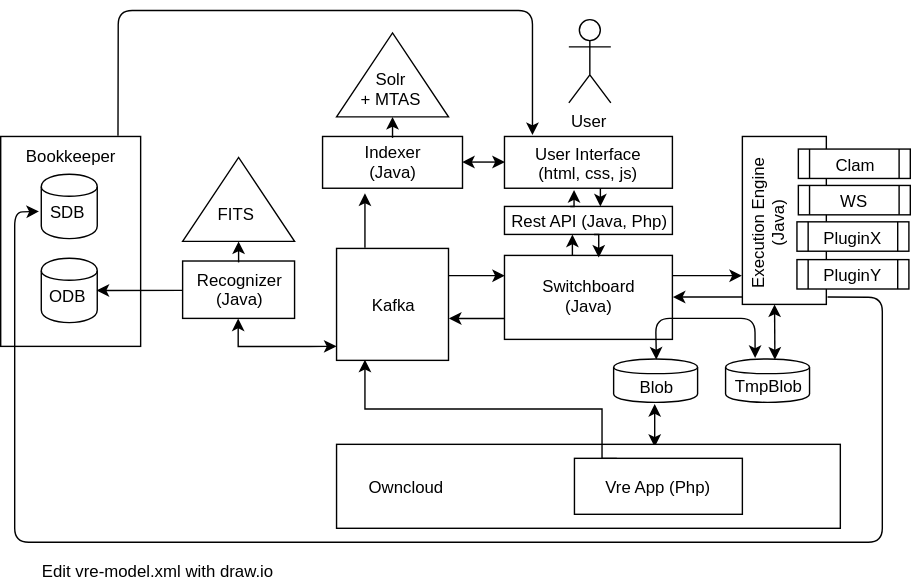
Before: vre-model.svg, a diagram exported from draw.io (meertensinstituut/clariah-wp3-vre). Source tidied: cells renumbered, new cells last; positions are measured from the earlier drawing's top-left corner, leaving out a move shared by most shapes.
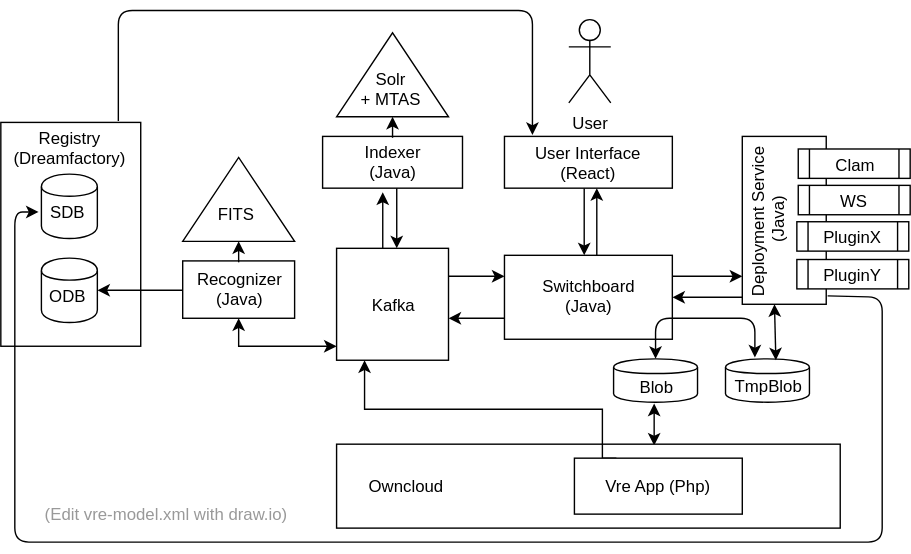
Above is the later version.

Commit message:
[VRE] Update vre-model

Diff of the diagram source:
```diff
@@ -3,11 +3,8 @@
     <mxCell id="0" />
     <mxCell id="1" parent="0" />
     <mxCell id="2" style="rounded=0;whiteSpace=wrap;html=1;" parent="1" vertex="1">
-      <mxGeometry y="90" width="100" height="150" as="geometry" />
+      <mxGeometry y="80" width="100" height="160" as="geometry" />
     </mxCell>
-    <mxCell id="3" style="edgeStyle=orthogonalEdgeStyle;rounded=1;html=1;exitX=1;exitY=0.5;entryX=0;entryY=0.5;startArrow=classic;startFill=1;jettySize=auto;" parent="1" edge="1" source="4" target="36">
-      <mxGeometry relative="1" as="geometry" />
-    </mxCell>
     <mxCell id="4" style="rounded=0;whiteSpace=wrap;html=1;" parent="1" vertex="1">
       <mxGeometry x="230" y="90" width="100" height="37" as="geometry" />
     </mxCell>
@@ -48,14 +45,21 @@
         <mxPoint x="240" y="240" as="sourcePoint" />
       </mxGeometry>
     </mxCell>
-    <mxCell id="13" style="edgeStyle=orthogonalEdgeStyle;rounded=0;html=1;exitX=0.25;exitY=0;entryX=0.25;entryY=1;jettySize=auto;" parent="1" edge="1" source="15">
+    <mxCell id="13" style="edgeStyle=orthogonalEdgeStyle;rounded=0;html=1;exitX=0.25;exitY=0;entryX=0.25;entryY=1;jettySize=auto;orthogonalLoop=1;" parent="1" edge="1">
       <mxGeometry relative="1" as="geometry">
-        <mxPoint x="259.9" y="130.1" as="targetPoint" />
+        <mxPoint x="273" y="170" as="sourcePoint" />
+        <mxPoint x="272.9" y="130.1" as="targetPoint" />
       </mxGeometry>
     </mxCell>
     <mxCell id="14" style="edgeStyle=orthogonalEdgeStyle;rounded=0;html=1;exitX=1;exitY=0.25;entryX=0;entryY=0.25;jettySize=auto;" parent="1" edge="1" source="15" target="28">
       <mxGeometry relative="1" as="geometry" />
     </mxCell>
+    <mxCell id="64" style="edgeStyle=orthogonalEdgeStyle;rounded=1;html=1;exitX=0.5;exitY=0;startArrow=classic;startFill=1;endArrow=none;endFill=0;jettySize=auto;orthogonalLoop=1;" parent="1" edge="1">
+      <mxGeometry relative="1" as="geometry">
+        <mxPoint x="283" y="170" as="sourcePoint" />
+        <mxPoint x="283" y="127" as="targetPoint" />
+      </mxGeometry>
+    </mxCell>
     <mxCell id="15" style="whiteSpace=wrap;html=1;" parent="1" vertex="1">
       <mxGeometry x="240" y="170" width="80" height="80" as="geometry" />
     </mxCell>
@@ -95,15 +99,15 @@
         <mxPoint x="170" y="165" as="targetPoint" />
       </mxGeometry>
     </mxCell>
-    <mxCell id="26" style="edgeStyle=orthogonalEdgeStyle;rounded=0;html=1;exitX=0.5;exitY=0;entryX=0.5;entryY=1;jettySize=auto;orthogonalLoop=1;" parent="1" edge="1">
-      <mxGeometry relative="1" as="geometry">
-        <mxPoint x="410" y="175" as="sourcePoint" />
-        <mxPoint x="408" y="160" as="targetPoint" />
-      </mxGeometry>
-    </mxCell>
     <mxCell id="27" style="edgeStyle=orthogonalEdgeStyle;rounded=0;html=1;exitX=1;exitY=0.25;entryX=0;entryY=0.833;entryPerimeter=0;jettySize=auto;" parent="1" edge="1" source="28" target="42">
       <mxGeometry relative="1" as="geometry" />
     </mxCell>
+    <mxCell id="65" style="edgeStyle=orthogonalEdgeStyle;rounded=1;html=1;startArrow=classic;startFill=1;endArrow=none;endFill=0;jettySize=auto;orthogonalLoop=1;" parent="1" edge="1">
+      <mxGeometry relative="1" as="geometry">
+        <mxPoint x="417" y="175" as="sourcePoint" />
+        <mxPoint x="417" y="127" as="targetPoint" />
+      </mxGeometry>
+    </mxCell>
     <mxCell id="28" style="rounded=0;whiteSpace=wrap;html=1;" parent="1" vertex="1">
       <mxGeometry x="360" y="175" width="120" height="60" as="geometry" />
     </mxCell>
@@ -113,34 +117,16 @@
     <mxCell id="30" style="endArrow=classic;html=1;exitX=0;exitY=0.75;entryX=1;entryY=0.625;entryPerimeter=0;" parent="1" edge="1" source="28" target="15">
       <mxGeometry relative="1" as="geometry" />
     </mxCell>
-    <mxCell id="31" style="rounded=0;whiteSpace=wrap;html=1;" parent="1" vertex="1">
-      <mxGeometry x="360" y="140" width="120" height="20" as="geometry" />
-    </mxCell>
-    <mxCell id="32" style="edgeStyle=orthogonalEdgeStyle;rounded=0;html=1;exitX=0.75;exitY=1;entryX=0.642;entryY=0.017;entryPerimeter=0;jettySize=auto;orthogonalLoop=1;" parent="1" edge="1">
-      <mxGeometry relative="1" as="geometry">
-        <mxPoint x="424" y="160" as="sourcePoint" />
-        <mxPoint x="427" y="176" as="targetPoint" />
-      </mxGeometry>
-    </mxCell>
-    <mxCell id="33" style="edgeStyle=orthogonalEdgeStyle;rounded=0;html=1;exitX=0.25;exitY=0;entryX=0.383;entryY=1.027;entryPerimeter=0;jettySize=auto;orthogonalLoop=1;" parent="1" edge="1">
-      <mxGeometry relative="1" as="geometry">
-        <mxPoint x="407" y="140" as="sourcePoint" />
-        <mxPoint x="410" y="128" as="targetPoint" />
-      </mxGeometry>
-    </mxCell>
-    <mxCell id="34" value="Rest API (Java, Php)" style="text;html=1;strokeColor=none;fillColor=none;align=center;verticalAlign=middle;whiteSpace=wrap;rounded=0;" parent="1" vertex="1">
-      <mxGeometry x="360" y="140" width="120" height="20" as="geometry" />
-    </mxCell>
-    <mxCell id="35" style="edgeStyle=orthogonalEdgeStyle;rounded=0;html=1;exitX=0.5;exitY=1;entryX=0.5;entryY=0;jettySize=auto;orthogonalLoop=1;" parent="1" edge="1">
-      <mxGeometry relative="1" as="geometry">
-        <mxPoint x="430" y="127" as="sourcePoint" />
-        <mxPoint x="428" y="140" as="targetPoint" />
-      </mxGeometry>
-    </mxCell>
+    <mxCell id="66" style="edgeStyle=orthogonalEdgeStyle;rounded=1;html=1;exitX=0.75;exitY=1;entryX=0.75;entryY=0;startArrow=classic;startFill=1;endArrow=none;endFill=0;jettySize=auto;orthogonalLoop=1;" parent="1" edge="1">
+      <mxGeometry relative="1" as="geometry">
+        <mxPoint x="426" y="127" as="sourcePoint" />
+        <mxPoint x="426" y="175" as="targetPoint" />
+      </mxGeometry>
+    </mxCell>
     <mxCell id="36" style="rounded=0;whiteSpace=wrap;html=1;" parent="1" vertex="1">
       <mxGeometry x="360" y="90" width="120" height="37" as="geometry" />
     </mxCell>
-    <mxCell id="37" value="User Interface (html, css, js)" style="text;html=1;strokeColor=none;fillColor=none;align=center;verticalAlign=middle;whiteSpace=wrap;rounded=0;" parent="1" vertex="1">
+    <mxCell id="37" value="User Interface (React)" style="text;html=1;strokeColor=none;fillColor=none;align=center;verticalAlign=middle;whiteSpace=wrap;rounded=0;" parent="1" vertex="1">
       <mxGeometry x="370" y="99" width="100" height="20" as="geometry" />
     </mxCell>
     <mxCell id="38" value="User" style="shape=umlActor;verticalLabelPosition=bottom;labelBackgroundColor=#ffffff;verticalAlign=top;html=1;" parent="1" vertex="1">
@@ -160,8 +146,8 @@
     <mxCell id="42" style="rounded=0;whiteSpace=wrap;html=1;" parent="1" vertex="1">
       <mxGeometry x="530" y="90" width="60" height="120" as="geometry" />
     </mxCell>
-    <mxCell id="43" value="Execution Engine (Java)" style="text;html=1;strokeColor=none;fillColor=none;align=center;verticalAlign=middle;whiteSpace=wrap;rounded=0;rotation=-90;" parent="1" vertex="1">
-      <mxGeometry x="494" y="142" width="108" height="20" as="geometry" />
+    <mxCell id="43" value="Deployment Service&lt;br&gt;&amp;nbsp;(Java)" style="text;html=1;strokeColor=none;fillColor=none;align=center;verticalAlign=middle;whiteSpace=wrap;rounded=0;rotation=-90;" parent="1" vertex="1">
+      <mxGeometry x="490" y="141" width="116" height="20" as="geometry" />
     </mxCell>
     <mxCell id="44" style="shape=process;whiteSpace=wrap;html=1;" parent="1" vertex="1">
       <mxGeometry x="570" y="99" width="80" height="21" as="geometry" />
@@ -199,8 +185,8 @@
     <mxCell id="55" value="ODB" style="text;html=1;strokeColor=none;fillColor=none;align=center;verticalAlign=middle;whiteSpace=wrap;rounded=0;" parent="1" vertex="1">
       <mxGeometry x="27" y="194" width="40" height="20" as="geometry" />
     </mxCell>
-    <mxCell id="56" value="Edit vre-model.xml with draw.io" style="text;html=1;strokeColor=none;fillColor=none;align=center;verticalAlign=middle;whiteSpace=wrap;rounded=0;" parent="1" vertex="1">
-      <mxGeometry x="23" y="390" width="177" height="20" as="geometry" />
+    <mxCell id="56" value="&lt;font color=&quot;#999999&quot;&gt;(Edit vre-model.xml with draw.io)&lt;/font&gt;" style="text;html=1;strokeColor=none;fillColor=none;align=center;verticalAlign=middle;whiteSpace=wrap;rounded=0;" parent="1" vertex="1">
+      <mxGeometry x="29" y="350" width="177" height="20" as="geometry" />
     </mxCell>
     <mxCell id="57" style="endArrow=classic;html=1;rounded=1;entryX=0.355;entryY=-0.037;exitX=0.5;exitY=0;entryPerimeter=0;startArrow=classic;startFill=1;" parent="1" edge="1" source="53" target="5">
       <mxGeometry relative="1" as="geometry">
@@ -221,8 +207,8 @@
     <mxCell id="60" value="SDB" style="text;html=1;strokeColor=none;fillColor=none;align=center;verticalAlign=middle;whiteSpace=wrap;rounded=0;" parent="1" vertex="1">
       <mxGeometry x="27" y="134" width="40" height="20" as="geometry" />
     </mxCell>
-    <mxCell id="61" value="Bookkeeper" style="text;html=1;strokeColor=none;fillColor=none;align=center;verticalAlign=middle;whiteSpace=wrap;rounded=0;" parent="1" vertex="1">
-      <mxGeometry x="30" y="94" width="40" height="20" as="geometry" />
+    <mxCell id="61" value="Registry&lt;br&gt;(Dreamfactory)&lt;br&gt;" style="text;html=1;strokeColor=none;fillColor=none;align=center;verticalAlign=middle;whiteSpace=wrap;rounded=0;" parent="1" vertex="1">
+      <mxGeometry x="9" y="88" width="80" height="20" as="geometry" />
     </mxCell>
     <mxCell id="62" style="endArrow=none;startArrow=classic;html=1;entryX=1.015;entryY=0.954;entryPerimeter=0;exitX=0;exitY=0.5;startFill=1;endFill=0;" parent="1" edge="1" source="60" target="42">
       <mxGeometry relative="1" as="geometry">
```
